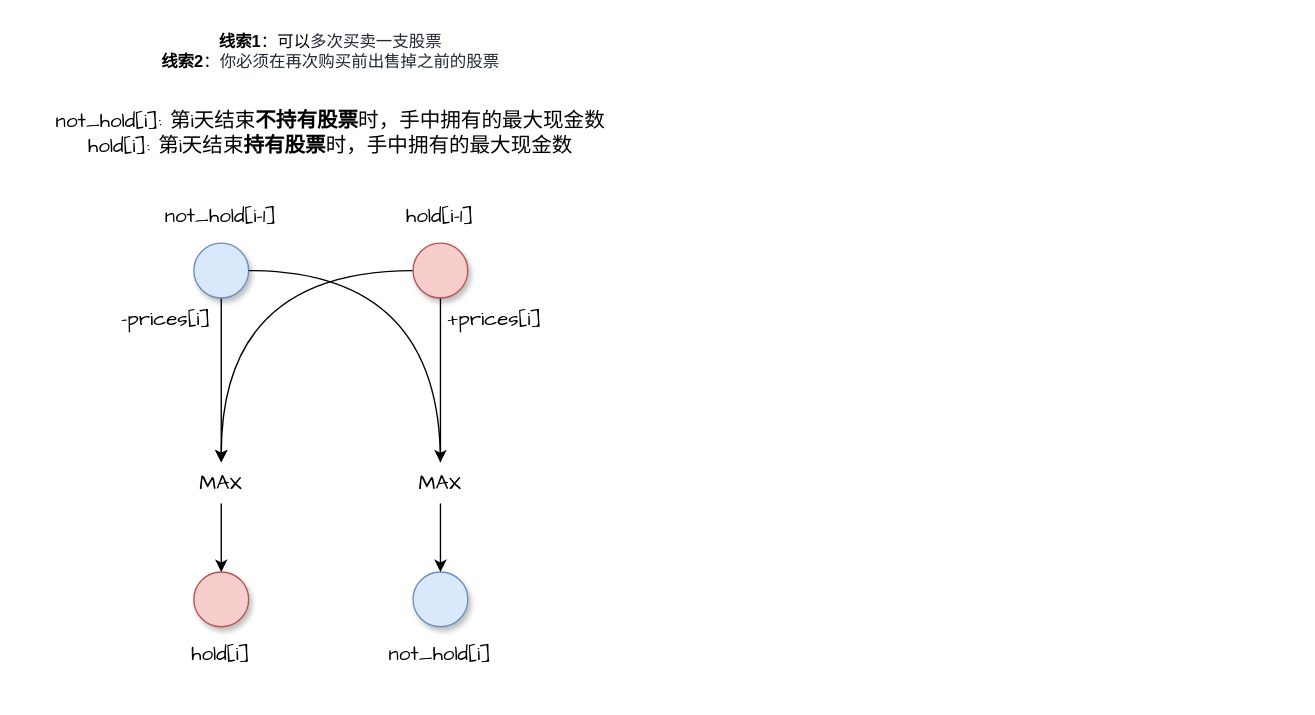
The draw.io diagram draw.io/买卖股票的最佳时机II.drawio in goldknife6/algorithm, before the edit. Source tidied: cells renumbered, new cells numbered last; positions are measured from the earlier drawing's top-left corner, leaving out a move shared by most shapes. Both pictures are drawn from the tidied source at 137%, with x=0, y=0 at pixel (29, 23).
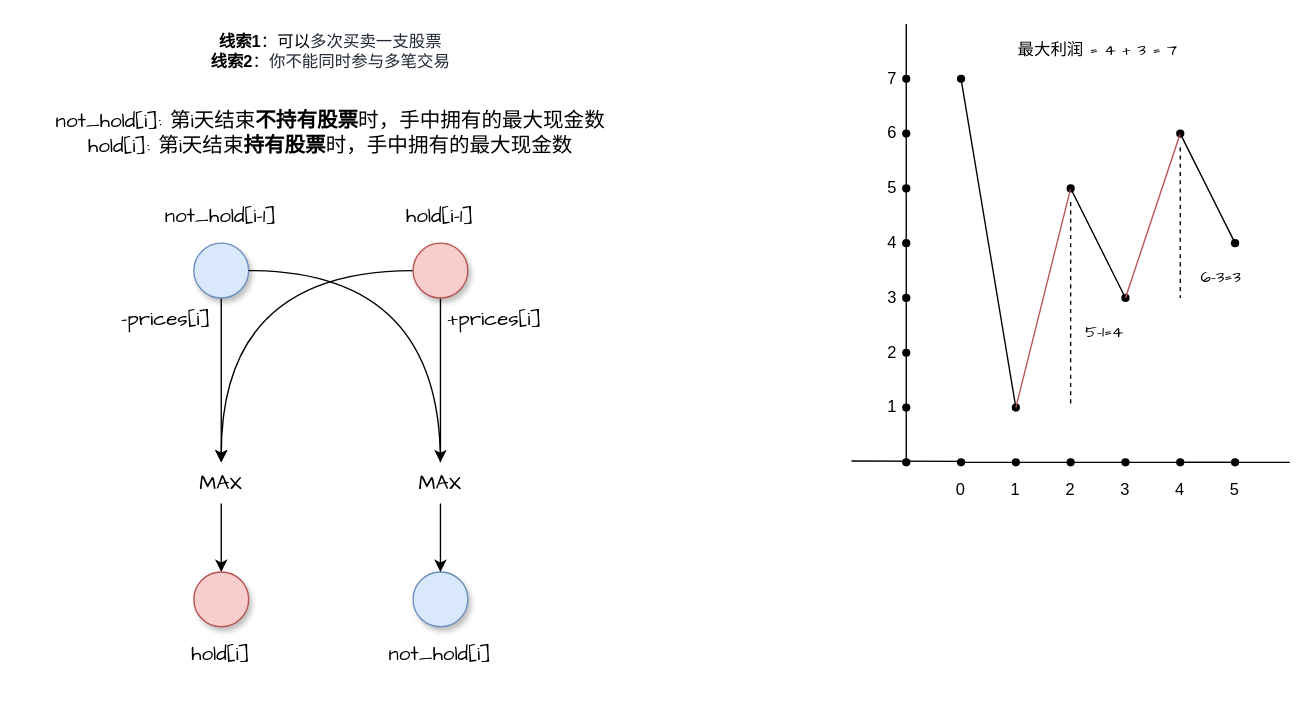
The same page after the edit.

Commit message:
更新买卖股票的最佳时机II.drawio

What changed in the source:
```diff
@@
-    <mxCell id="21" value="&lt;font style=&quot;font-size: 12px&quot;&gt;&lt;b&gt;线索1&lt;/b&gt;：可以&lt;span style=&quot;color: rgb(33 , 40 , 53) ; background-color: rgb(255 , 255 , 255)&quot;&gt;多次买卖一支股票&lt;/span&gt;&lt;b&gt;&lt;br&gt;线索2&lt;/b&gt;：&lt;span style=&quot;color: rgb(33 , 40 , 53) ; background-color: rgb(255 , 255 , 255)&quot;&gt;你必须在再次购买前出售掉之前的股票&lt;/span&gt;&lt;/font&gt;" style="text;html=1;strokeColor=none;fillColor=none;align=center;verticalAlign=middle;whiteSpace=wrap;rounded=0;" parent="1" vertex="1">
+    <mxCell id="21" value="&lt;font style=&quot;font-size: 12px&quot;&gt;&lt;font style=&quot;font-size: 12px&quot;&gt;&lt;b&gt;线索1&lt;/b&gt;：可以&lt;span style=&quot;color: rgb(33 , 40 , 53) ; background-color: rgb(255 , 255 , 255)&quot;&gt;多次买卖一支股票&lt;/span&gt;&lt;b&gt;&lt;br&gt;线索2&lt;/b&gt;：&lt;/font&gt;&lt;span style=&quot;color: rgb(33 , 40 , 53) ; background-color: rgb(255 , 255 , 255)&quot;&gt;你不能同时参与多笔交易&lt;/span&gt;&lt;/font&gt;" style="text;html=1;strokeColor=none;fillColor=none;align=center;verticalAlign=middle;whiteSpace=wrap;rounded=0;" parent="1" vertex="1">
       <mxGeometry x="80" width="280" height="40" as="geometry" />
     </mxCell>
+    <mxCell id="22" style="endArrow=none;html=1;rounded=0;fontSize=12;curved=1;startArrow=none;" parent="1" edge="1" source="28">
+      <mxGeometry relative="1" as="geometry">
+        <mxPoint x="920" y="320" as="targetPoint" />
+      </mxGeometry>
+    </mxCell>
+    <mxCell id="23" style="shape=waypoint;sketch=0;fillStyle=solid;size=6;points=[];fillColor=none;perimeter=centerPerimeter;snapToPoint=1;fontSize=12;" parent="1" vertex="1">
+      <mxGeometry x="620" y="300" width="40" height="40" as="geometry" />
+    </mxCell>
+    <mxCell id="24" style="shape=waypoint;sketch=0;fillStyle=solid;size=6;fillColor=none;perimeter=centerPerimeter;fontSize=12;" parent="1" vertex="1">
+      <mxGeometry x="660" y="300" width="40" height="40" as="geometry" />
+    </mxCell>
+    <mxCell id="25" style="shape=waypoint;sketch=0;fillStyle=solid;size=6;fillColor=none;perimeter=centerPerimeter;fontSize=12;" parent="1" vertex="1">
+      <mxGeometry x="700" y="300" width="40" height="40" as="geometry" />
+    </mxCell>
+    <mxCell id="26" style="shape=waypoint;sketch=0;fillStyle=solid;size=6;fillColor=none;perimeter=centerPerimeter;fontSize=12;" parent="1" vertex="1">
+      <mxGeometry x="740" y="300" width="40" height="40" as="geometry" />
+    </mxCell>
+    <mxCell id="27" style="shape=waypoint;sketch=0;fillStyle=solid;size=6;fillColor=none;perimeter=centerPerimeter;fontSize=12;" parent="1" vertex="1">
+      <mxGeometry x="780" y="300" width="40" height="40" as="geometry" />
+    </mxCell>
+    <mxCell id="28" style="shape=waypoint;sketch=0;fillStyle=solid;size=6;points=[];fillColor=none;perimeter=centerPerimeter;snapToPoint=1;fontSize=12;" parent="1" vertex="1">
+      <mxGeometry x="820" y="300" width="40" height="40" as="geometry" />
+    </mxCell>
+    <mxCell id="29" style="endArrow=none;html=1;rounded=0;fontSize=12;curved=1;" parent="1" edge="1">
+      <mxGeometry relative="1" as="geometry">
+        <mxPoint x="680" y="320" as="sourcePoint" />
+        <mxPoint x="880" y="320" as="targetPoint" />
+      </mxGeometry>
+    </mxCell>
+    <mxCell id="30" style="shape=waypoint;sketch=0;fillStyle=solid;size=6;fillColor=none;perimeter=centerPerimeter;fontSize=12;" parent="1" vertex="1">
+      <mxGeometry x="860" y="300" width="40" height="40" as="geometry" />
+    </mxCell>
+    <mxCell id="31" value="0" style="rounded=0;whiteSpace=wrap;html=1;fontSize=12;opacity=0;" parent="1" vertex="1">
+      <mxGeometry x="660" y="320" width="40" height="40" as="geometry" />
+    </mxCell>
+    <mxCell id="32" value="1" style="rounded=0;whiteSpace=wrap;html=1;fontSize=12;opacity=0;" parent="1" vertex="1">
+      <mxGeometry x="700" y="320" width="40" height="40" as="geometry" />
+    </mxCell>
+    <mxCell id="33" value="2" style="rounded=0;whiteSpace=wrap;html=1;fontSize=12;opacity=0;" parent="1" vertex="1">
+      <mxGeometry x="740" y="320" width="40" height="40" as="geometry" />
+    </mxCell>
+    <mxCell id="34" value="3" style="rounded=0;whiteSpace=wrap;html=1;fontSize=12;opacity=0;" parent="1" vertex="1">
+      <mxGeometry x="780" y="320" width="40" height="40" as="geometry" />
+    </mxCell>
+    <mxCell id="35" value="4" style="rounded=0;whiteSpace=wrap;html=1;fontSize=12;opacity=0;" parent="1" vertex="1">
+      <mxGeometry x="820" y="320" width="40" height="40" as="geometry" />
+    </mxCell>
+    <mxCell id="36" value="5" style="rounded=0;whiteSpace=wrap;html=1;fontSize=12;opacity=0;" parent="1" vertex="1">
+      <mxGeometry x="860" y="320" width="40" height="40" as="geometry" />
+    </mxCell>
+    <mxCell id="37" style="endArrow=none;html=1;rounded=0;fontSize=12;curved=1;" parent="1" edge="1">
+      <mxGeometry relative="1" as="geometry">
+        <mxPoint x="600" y="319" as="sourcePoint" />
+        <mxPoint x="680" y="319.3" as="targetPoint" />
+      </mxGeometry>
+    </mxCell>
+    <mxCell id="38" style="endArrow=none;html=1;rounded=0;fontSize=12;curved=1;entryX=0.458;entryY=0.541;entryDx=0;entryDy=0;entryPerimeter=0;startArrow=none;" parent="1" edge="1" source="39" target="23">
+      <mxGeometry relative="1" as="geometry" />
+    </mxCell>
+    <mxCell id="39" style="shape=waypoint;sketch=0;fillStyle=solid;size=6;points=[];fillColor=none;perimeter=centerPerimeter;snapToPoint=1;fontSize=12;" parent="1" vertex="1">
+      <mxGeometry x="620" y="260" width="40" height="40" as="geometry" />
+    </mxCell>
+    <mxCell id="40" style="endArrow=none;html=1;rounded=0;fontSize=12;curved=1;entryDx=0;entryDy=0;entryPerimeter=0;startArrow=none;" parent="1" edge="1" source="42" target="39">
+      <mxGeometry relative="1" as="geometry" />
+    </mxCell>
+    <mxCell id="41" style="shape=waypoint;sketch=0;fillStyle=solid;size=6;fillColor=none;perimeter=centerPerimeter;fontSize=12;" parent="1" vertex="1">
+      <mxGeometry x="620" y="220" width="40" height="40" as="geometry" />
+    </mxCell>
+    <mxCell id="42" style="shape=waypoint;sketch=0;fillStyle=solid;size=6;points=[];fillColor=none;perimeter=centerPerimeter;snapToPoint=1;fontSize=12;" parent="1" vertex="1">
+      <mxGeometry x="620" y="180" width="40" height="40" as="geometry" />
+    </mxCell>
+    <mxCell id="43" style="endArrow=none;html=1;rounded=0;fontSize=12;curved=1;entryDx=0;entryDy=0;entryPerimeter=0;startArrow=none;" parent="1" edge="1" source="44" target="42">
+      <mxGeometry relative="1" as="geometry" />
+    </mxCell>
+    <mxCell id="44" style="shape=waypoint;sketch=0;fillStyle=solid;size=6;points=[];fillColor=none;perimeter=centerPerimeter;snapToPoint=1;fontSize=12;" parent="1" vertex="1">
+      <mxGeometry x="620" y="140" width="40" height="40" as="geometry" />
+    </mxCell>
+    <mxCell id="45" style="endArrow=none;html=1;rounded=0;fontSize=12;curved=1;entryDx=0;entryDy=0;entryPerimeter=0;startArrow=none;" parent="1" edge="1" source="47" target="44">
+      <mxGeometry relative="1" as="geometry" />
+    </mxCell>
+    <mxCell id="46" style="shape=waypoint;sketch=0;fillStyle=solid;size=6;fillColor=none;perimeter=centerPerimeter;fontSize=12;" parent="1" vertex="1">
+      <mxGeometry x="620" y="100" width="40" height="40" as="geometry" />
+    </mxCell>
+    <mxCell id="47" style="shape=waypoint;sketch=0;fillStyle=solid;size=6;points=[];fillColor=none;perimeter=centerPerimeter;snapToPoint=1;fontSize=12;" parent="1" vertex="1">
+      <mxGeometry x="620" y="60" width="40" height="40" as="geometry" />
+    </mxCell>
+    <mxCell id="48" style="endArrow=none;html=1;rounded=0;fontSize=12;curved=1;entryDx=0;entryDy=0;entryPerimeter=0;" parent="1" edge="1" target="47">
+      <mxGeometry relative="1" as="geometry">
+        <mxPoint x="640" as="sourcePoint" />
+      </mxGeometry>
+    </mxCell>
+    <mxCell id="49" value="1" style="rounded=0;whiteSpace=wrap;html=1;fontSize=12;opacity=0;" parent="1" vertex="1">
+      <mxGeometry x="610" y="260" width="40" height="40" as="geometry" />
+    </mxCell>
+    <mxCell id="50" value="2" style="rounded=0;whiteSpace=wrap;html=1;fontSize=12;opacity=0;" parent="1" vertex="1">
+      <mxGeometry x="610" y="220" width="40" height="40" as="geometry" />
+    </mxCell>
+    <mxCell id="51" value="3" style="rounded=0;whiteSpace=wrap;html=1;fontSize=12;opacity=0;" parent="1" vertex="1">
+      <mxGeometry x="610" y="180" width="40" height="40" as="geometry" />
+    </mxCell>
+    <mxCell id="52" value="4" style="rounded=0;whiteSpace=wrap;html=1;fontSize=12;opacity=0;" parent="1" vertex="1">
+      <mxGeometry x="610" y="140" width="40" height="40" as="geometry" />
+    </mxCell>
+    <mxCell id="53" value="5" style="rounded=0;whiteSpace=wrap;html=1;fontSize=12;opacity=0;" parent="1" vertex="1">
+      <mxGeometry x="610" y="100" width="40" height="40" as="geometry" />
+    </mxCell>
+    <mxCell id="54" value="6" style="rounded=0;whiteSpace=wrap;html=1;fontSize=12;opacity=0;" parent="1" vertex="1">
+      <mxGeometry x="610" y="60" width="40" height="40" as="geometry" />
+    </mxCell>
+    <mxCell id="55" value="7" style="rounded=0;whiteSpace=wrap;html=1;fontSize=12;opacity=0;" parent="1" vertex="1">
+      <mxGeometry x="610" y="20" width="40" height="40" as="geometry" />
+    </mxCell>
+    <mxCell id="56" style="shape=waypoint;sketch=0;fillStyle=solid;size=6;fillColor=none;perimeter=centerPerimeter;fontSize=12;" parent="1" vertex="1">
+      <mxGeometry x="620" y="20" width="40" height="40" as="geometry" />
+    </mxCell>
+    <mxCell id="57" style="shape=waypoint;sketch=0;fillStyle=solid;size=6;points=[];fillColor=none;perimeter=centerPerimeter;snapToPoint=1;fontSize=12;" parent="1" vertex="1">
+      <mxGeometry x="660" y="20" width="40" height="40" as="geometry" />
+    </mxCell>
+    <mxCell id="58" style="shape=waypoint;sketch=0;fillStyle=solid;size=6;points=[];fillColor=none;perimeter=centerPerimeter;snapToPoint=1;fontSize=12;" parent="1" vertex="1">
+      <mxGeometry x="700" y="260" width="40" height="40" as="geometry" />
+    </mxCell>
+    <mxCell id="59" style="shape=waypoint;sketch=0;fillStyle=solid;size=6;points=[];fillColor=none;perimeter=centerPerimeter;snapToPoint=1;fontSize=12;" parent="1" vertex="1">
+      <mxGeometry x="740" y="100" width="40" height="40" as="geometry" />
+    </mxCell>
+    <mxCell id="60" style="shape=waypoint;sketch=0;fillStyle=solid;size=6;points=[];fillColor=none;perimeter=centerPerimeter;snapToPoint=1;fontSize=12;" parent="1" vertex="1">
+      <mxGeometry x="780" y="180" width="40" height="40" as="geometry" />
+    </mxCell>
+    <mxCell id="61" style="shape=waypoint;sketch=0;fillStyle=solid;size=6;points=[];fillColor=none;perimeter=centerPerimeter;snapToPoint=1;fontSize=12;" parent="1" vertex="1">
+      <mxGeometry x="820" y="60" width="40" height="40" as="geometry" />
+    </mxCell>
+    <mxCell id="62" style="shape=waypoint;sketch=0;fillStyle=solid;size=6;points=[];fillColor=none;perimeter=centerPerimeter;snapToPoint=1;fontSize=12;" parent="1" vertex="1">
+      <mxGeometry x="860" y="140" width="40" height="40" as="geometry" />
+    </mxCell>
+    <mxCell id="63" style="endArrow=none;html=1;rounded=0;fontSize=12;curved=1;" parent="1" edge="1" source="57" target="58">
+      <mxGeometry relative="1" as="geometry" />
+    </mxCell>
+    <mxCell id="64" style="endArrow=none;html=1;rounded=0;fontSize=12;curved=1;entryX=0.5;entryY=0.5;entryDx=0;entryDy=0;entryPerimeter=0;fillColor=#f8cecc;strokeColor=#b85450;" parent="1" edge="1" target="59">
+      <mxGeometry relative="1" as="geometry">
+        <mxPoint x="720" y="280" as="sourcePoint" />
+      </mxGeometry>
+    </mxCell>
+    <mxCell id="65" style="endArrow=none;html=1;rounded=0;fontSize=12;curved=1;" parent="1" edge="1" source="59" target="60">
+      <mxGeometry relative="1" as="geometry" />
+    </mxCell>
+    <mxCell id="66" style="endArrow=none;html=1;rounded=0;fontSize=12;curved=1;fillColor=#f8cecc;strokeColor=#b85450;" parent="1" edge="1" target="61">
+      <mxGeometry relative="1" as="geometry">
+        <mxPoint x="800" y="200" as="sourcePoint" />
+      </mxGeometry>
+    </mxCell>
+    <mxCell id="67" style="endArrow=none;html=1;rounded=0;fontSize=12;curved=1;" parent="1" edge="1" source="61" target="62">
+      <mxGeometry relative="1" as="geometry" />
+    </mxCell>
+    <mxCell id="68" style="line;strokeWidth=1;direction=south;html=1;fontSize=12;dashed=1;" parent="1" vertex="1">
+      <mxGeometry x="755" y="130" width="10" height="150" as="geometry" />
+    </mxCell>
+    <mxCell id="69" style="line;strokeWidth=1;direction=south;html=1;fontSize=12;dashed=1;" parent="1" vertex="1">
+      <mxGeometry x="835" y="90" width="10" height="110" as="geometry" />
+    </mxCell>
+    <mxCell id="70" value="&lt;font face=&quot;Comic Sans MS&quot;&gt;5-1=4&lt;/font&gt;" style="text;html=1;strokeColor=none;fillColor=none;align=center;verticalAlign=middle;whiteSpace=wrap;rounded=0;dashed=1;fontSize=12;" parent="1" vertex="1">
+      <mxGeometry x="755" y="210" width="60" height="30" as="geometry" />
+    </mxCell>
+    <mxCell id="71" value="&lt;font face=&quot;Comic Sans MS&quot;&gt;6-3=3&lt;/font&gt;" style="text;html=1;strokeColor=none;fillColor=none;align=center;verticalAlign=middle;whiteSpace=wrap;rounded=0;dashed=1;fontSize=12;" parent="1" vertex="1">
+      <mxGeometry x="840" y="170" width="60" height="30" as="geometry" />
+    </mxCell>
+    <mxCell id="72" value="&lt;div class=&quot;okr-block-clipboard&quot;&gt;&lt;/div&gt;&lt;div&gt;最大利润 = 4 + 3 = 7&lt;/div&gt;" style="text;html=1;strokeColor=none;fillColor=none;align=center;verticalAlign=middle;whiteSpace=wrap;rounded=0;dashed=1;fontFamily=Comic Sans MS;fontSize=12;" parent="1" vertex="1">
+      <mxGeometry x="720" width="120" height="40" as="geometry" />
+    </mxCell>
```
